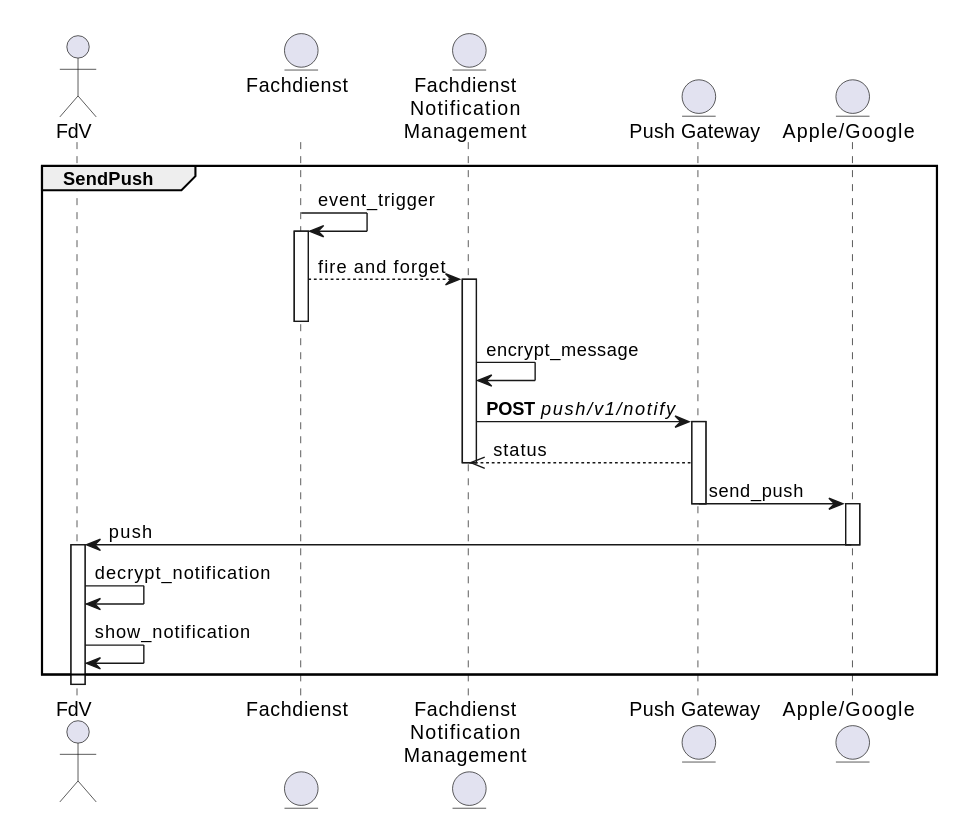
gematik/gem-push-notifications-concept keeps this PlantUML diagram as 1.0.0/images/diagrams/send_push_preview.svg. Above is the earlier version.
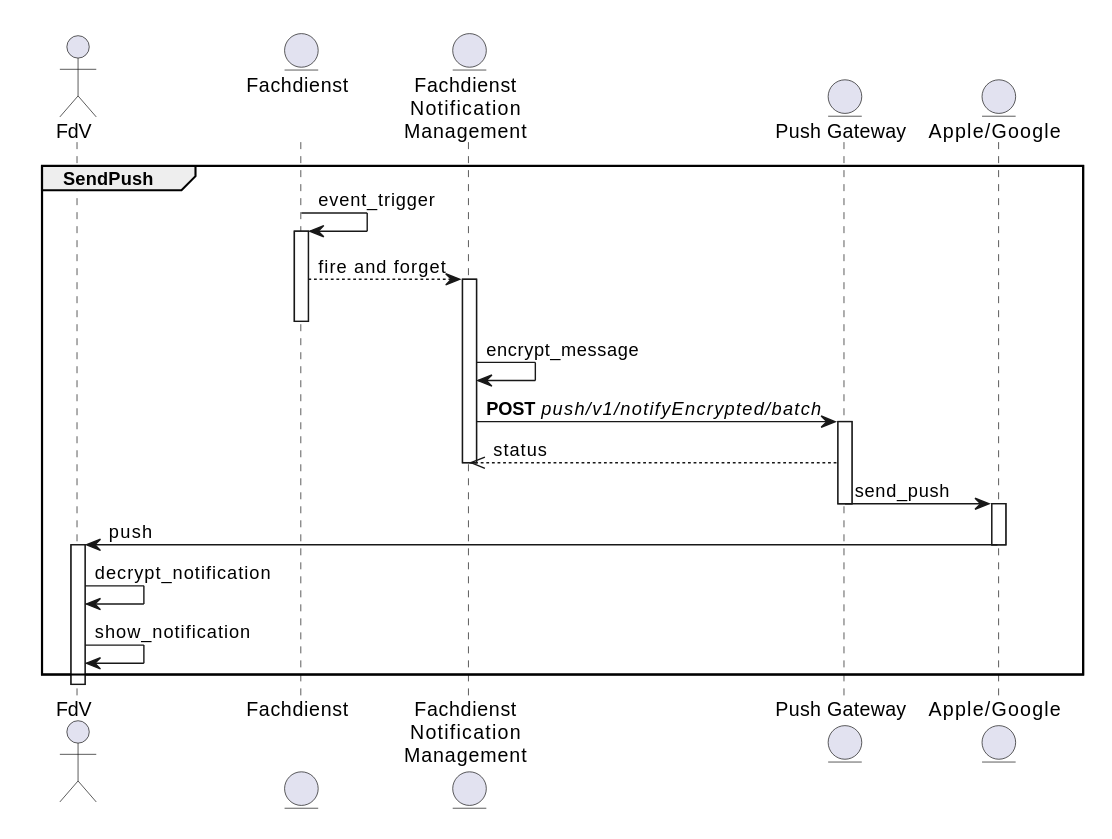
After the commit.

Diff of the diagram source:
```diff
@@ -14,7 +14,7 @@
     activate NotificationManagement
     deactivate Fachdienst
     NotificationManagement -> NotificationManagement: encrypt_message
-    NotificationManagement -> NotificationService : **POST** //push/v1/notify//
+    NotificationManagement -> NotificationService: **POST** //push/v1/notifyEncrypted/batch//
     activate NotificationService
     NotificationService -->> NotificationManagement : status
     deactivate NotificationManagement
```
